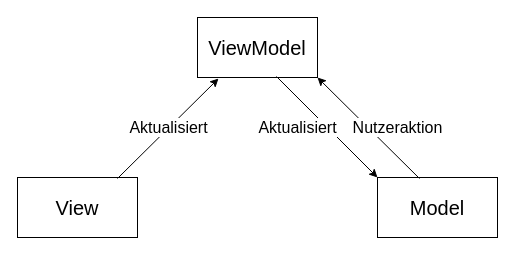
schattenbrot/draw-io keeps this draw.io diagram as mvvm.drawio. Above is the earlier version. Source tidied: cells renumbered, new cells numbered last; positions are measured from the earlier drawing's top-left corner, leaving out a move shared by most shapes. Both pictures are drawn from the tidied source at 100%, with x=0, y=0 at pixel (17, 17).
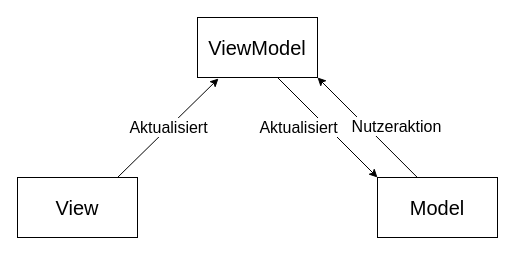
Above is the later version.

What changed in the source:
```diff
@@
 <mxGraphModel>
   <root>
     <mxCell id="0" />
     <mxCell id="1" parent="0" />
     <mxCell id="2" value="&lt;font style=&quot;font-size: 20px;&quot;&gt;Model&lt;/font&gt;" style="rounded=0;whiteSpace=wrap;html=1;" parent="1" vertex="1">
       <mxGeometry x="360" y="160" width="120" height="60" as="geometry" />
     </mxCell>
     <mxCell id="3" value="&lt;font style=&quot;font-size: 20px;&quot;&gt;View&lt;/font&gt;" style="rounded=0;whiteSpace=wrap;html=1;" parent="1" vertex="1">
       <mxGeometry y="160" width="120" height="60" as="geometry" />
     </mxCell>
     <mxCell id="4" value="&lt;div style=&quot;font-size: 13px;&quot;&gt;&lt;font style=&quot;font-size: 20px;&quot;&gt;ViewModel&lt;/font&gt;&lt;/div&gt;" style="rounded=0;whiteSpace=wrap;html=1;" parent="1" vertex="1">
       <mxGeometry x="180" width="120" height="60" as="geometry" />
     </mxCell>
-    <mxCell id="5" value="&lt;div style=&quot;font-size: 12px;&quot;&gt;&lt;font style=&quot;font-size: 16px;&quot;&gt;Aktualisiert&lt;/font&gt;&lt;/div&gt;" style="endArrow=classic;html=1;rounded=0;entryX=0.175;entryY=1.017;entryDx=0;entryDy=0;entryPerimeter=0;exitX=0.833;exitY=0.017;exitDx=0;exitDy=0;exitPerimeter=0;" parent="1" edge="1" source="3" target="4">
+    <mxCell id="5" value="&lt;div style=&quot;font-size: 12px;&quot;&gt;&lt;font style=&quot;font-size: 16px;&quot;&gt;Aktualisiert&lt;/font&gt;&lt;/div&gt;" style="endArrow=classic;html=1;rounded=0;entryX=0.175;entryY=1.017;entryDx=0;entryDy=0;entryPerimeter=0;exitX=0.83;exitY=0.007;exitDx=0;exitDy=0;exitPerimeter=0;" parent="1" edge="1" source="3" target="4">
       <mxGeometry x="0.01" relative="1" as="geometry" />
     </mxCell>
-    <mxCell id="6" value="&lt;div style=&quot;font-size: 12px;&quot;&gt;&lt;font style=&quot;font-size: 16px;&quot;&gt;Aktualisiert&lt;/font&gt;&lt;/div&gt;" style="endArrow=classic;html=1;rounded=0;entryX=0;entryY=0;entryDx=0;entryDy=0;exitX=0.658;exitY=0.983;exitDx=0;exitDy=0;exitPerimeter=0;" parent="1" edge="1" source="4" target="2">
-      <mxGeometry x="-0.29" y="-21" relative="1" as="geometry" />
+    <mxCell id="6" value="&lt;div style=&quot;font-size: 12px;&quot;&gt;&lt;font style=&quot;font-size: 16px;&quot;&gt;Aktualisiert&lt;/font&gt;&lt;/div&gt;" style="endArrow=classic;html=1;rounded=0;entryX=0;entryY=0;entryDx=0;entryDy=0;" parent="1" edge="1" target="2">
+      <mxGeometry x="-0.29" y="-21" relative="1" as="geometry">
+        <mxPoint x="260" y="60" as="sourcePoint" />
+      </mxGeometry>
     </mxCell>
-    <mxCell id="7" value="&lt;div style=&quot;font-size: 12px;&quot;&gt;&lt;font style=&quot;font-size: 16px;&quot;&gt;Nutzeraktion&lt;/font&gt;&lt;/div&gt;" style="endArrow=classic;html=1;rounded=0;entryX=1;entryY=1;entryDx=0;entryDy=0;exitX=0.35;exitY=0.017;exitDx=0;exitDy=0;exitPerimeter=0;" parent="1" edge="1" source="2" target="4">
+    <mxCell id="7" value="&lt;div style=&quot;font-size: 12px;&quot;&gt;&lt;font style=&quot;font-size: 16px;&quot;&gt;Nutzeraktion&lt;/font&gt;&lt;/div&gt;" style="endArrow=classic;html=1;rounded=0;entryX=1;entryY=1;entryDx=0;entryDy=0;exitX=0.334;exitY=0.003;exitDx=0;exitDy=0;exitPerimeter=0;" parent="1" edge="1" source="2" target="4">
       <mxGeometry x="-0.28" y="-21" relative="1" as="geometry" />
     </mxCell>
   </root>
 </mxGraphModel>
```
